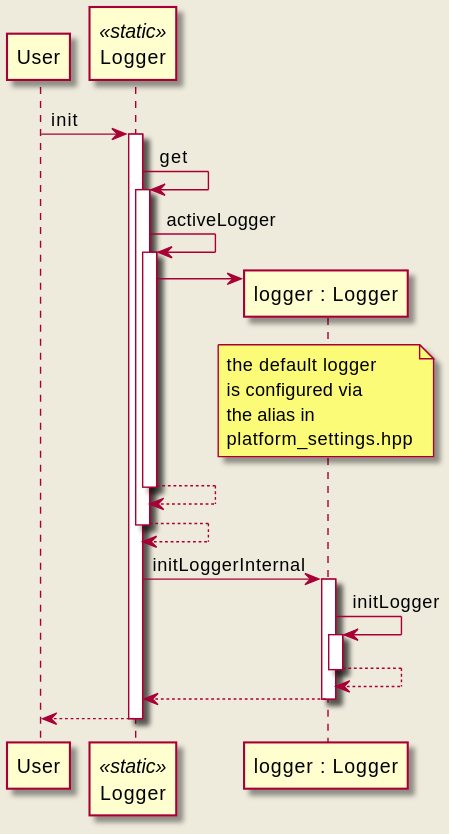
The PlantUML diagram doc/website/images/logger_compile_time_replacement.svg in eclipse-iceoryx/iceoryx, before a commit. Its source is kept beside it as doc/design/diagrams/logging/logger_compile_time_replacement.puml.
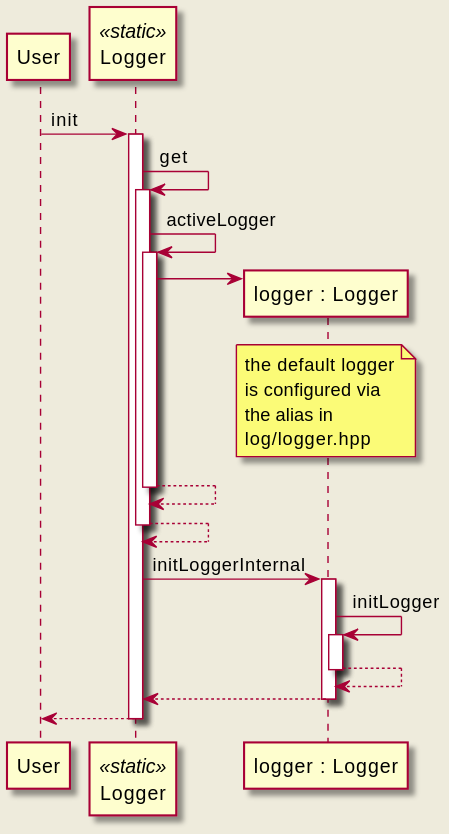
Later version of the same file.

Commit message:
iox-#1345 Update diagrams and some sections of the logger design

What changed in the source:
```diff
@@ -13,7 +13,7 @@
   the default logger
   is configured via
   the alias in
-  platform_settings.hpp
+  log/logger.hpp
 end note
 return
 return
```
